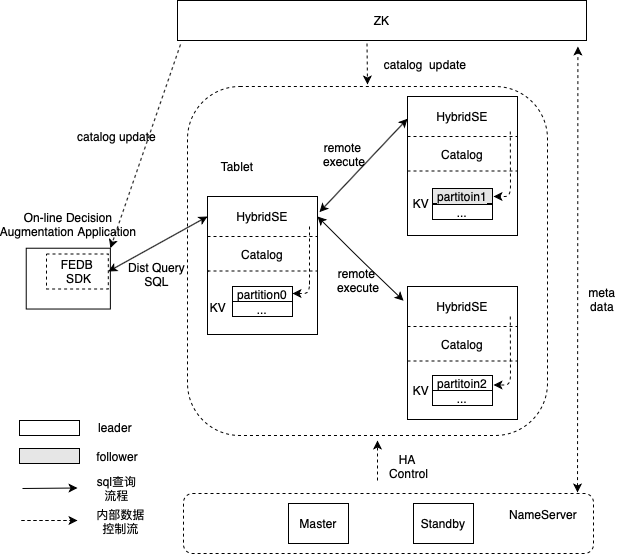
Above: images/fedb_arch.png in 4paradigm/OpenMLDB (draw.io), before the change. Source tidied: cells renumbered, new cells last; positions are measured from the earlier drawing's top-left corner, leaving out a move shared by most shapes.
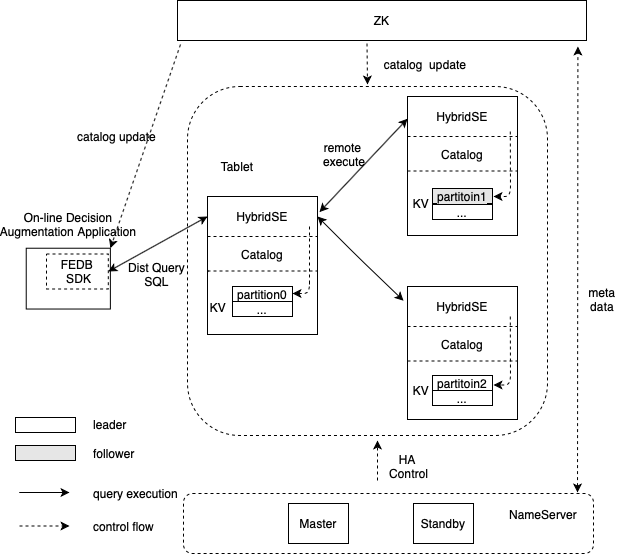
Later version of the same file.

What changed in the source:
```diff
@@ -1,4 +1,4 @@
-<mxGraphModel background="#ffffff">
+<mxGraphModel>
   <root>
     <mxCell id="0" />
     <mxCell id="1" parent="0" />
@@ -188,16 +188,16 @@
       <mxGeometry x="394" y="379.5" width="38" height="20.5" as="geometry" />
     </mxCell>
     <mxCell id="51" style="rounded=0;whiteSpace=wrap;html=1;gradientColor=none;" parent="1" vertex="1">
-      <mxGeometry x="11" y="420" width="60" height="15" as="geometry" />
+      <mxGeometry x="7" y="417" width="60" height="15" as="geometry" />
     </mxCell>
     <mxCell id="52" style="rounded=0;whiteSpace=wrap;html=1;gradientColor=none;fillColor=#E6E6E6;" parent="1" vertex="1">
-      <mxGeometry x="11" y="448" width="60" height="15" as="geometry" />
+      <mxGeometry x="7" y="445" width="60" height="15" as="geometry" />
     </mxCell>
-    <mxCell id="53" value="leader" style="text;html=1;strokeColor=none;fillColor=none;align=center;verticalAlign=middle;whiteSpace=wrap;rounded=0;" parent="1" vertex="1">
-      <mxGeometry x="87" y="417" width="40" height="20" as="geometry" />
+    <mxCell id="53" value="leader" style="text;html=1;strokeColor=none;fillColor=none;align=left;verticalAlign=middle;whiteSpace=wrap;rounded=0;" parent="1" vertex="1">
+      <mxGeometry x="83" y="414" width="40" height="20" as="geometry" />
     </mxCell>
-    <mxCell id="54" value="follower" style="text;html=1;strokeColor=none;fillColor=none;align=center;verticalAlign=middle;whiteSpace=wrap;rounded=0;" parent="1" vertex="1">
-      <mxGeometry x="89" y="445.5" width="40" height="20" as="geometry" />
+    <mxCell id="54" value="follower" style="text;html=1;strokeColor=none;fillColor=none;align=left;verticalAlign=middle;whiteSpace=wrap;rounded=0;" parent="1" vertex="1">
+      <mxGeometry x="83" y="442.5" width="40" height="20" as="geometry" />
     </mxCell>
     <mxCell id="55" style="endArrow=classic;html=1;dashed=1;" parent="1" edge="1">
       <mxGeometry relative="1" as="geometry">
@@ -229,26 +229,23 @@
     <mxCell id="58" value="remote &amp;nbsp;execute" style="text;html=1;strokeColor=none;fillColor=none;align=center;verticalAlign=middle;whiteSpace=wrap;rounded=0;" parent="1" vertex="1">
       <mxGeometry x="293" y="141" width="83" height="26" as="geometry" />
     </mxCell>
-    <mxCell id="59" value="内部数据控制流" style="text;html=1;strokeColor=none;fillColor=none;align=center;verticalAlign=middle;whiteSpace=wrap;rounded=0;" parent="1" vertex="1">
-      <mxGeometry x="84" y="511" width="57" height="20" as="geometry" />
+    <mxCell id="59" value="control flow" style="text;html=1;strokeColor=none;fillColor=none;align=left;verticalAlign=middle;whiteSpace=wrap;rounded=0;" parent="1" vertex="1">
+      <mxGeometry x="83" y="515.5" width="67" height="20" as="geometry" />
     </mxCell>
-    <mxCell id="60" value="sql查询流程" style="text;html=1;strokeColor=none;fillColor=none;align=center;verticalAlign=middle;whiteSpace=wrap;rounded=0;" parent="1" vertex="1">
-      <mxGeometry x="86" y="478" width="45" height="20" as="geometry" />
+    <mxCell id="60" value="query&amp;nbsp;execution" style="text;html=1;strokeColor=none;fillColor=none;align=left;verticalAlign=middle;whiteSpace=wrap;rounded=0;" parent="1" vertex="1">
+      <mxGeometry x="83" y="482.5" width="66" height="20" as="geometry" />
     </mxCell>
     <mxCell id="61" style="endArrow=classic;html=1;" parent="1" edge="1">
       <mxGeometry relative="1" as="geometry">
-        <mxPoint x="14" y="488" as="sourcePoint" />
-        <mxPoint x="69" y="487.5" as="targetPoint" />
+        <mxPoint x="11" y="492" as="sourcePoint" />
+        <mxPoint x="61" y="492" as="targetPoint" />
       </mxGeometry>
     </mxCell>
     <mxCell id="62" style="endArrow=classic;html=1;dashed=1;" parent="1" edge="1">
       <mxGeometry relative="1" as="geometry">
-        <mxPoint x="13" y="520" as="sourcePoint" />
-        <mxPoint x="69" y="520" as="targetPoint" />
+        <mxPoint x="11" y="525.5" as="sourcePoint" />
+        <mxPoint x="61" y="525.5" as="targetPoint" />
       </mxGeometry>
     </mxCell>
-    <mxCell id="63" value="remote &amp;nbsp;execute" style="text;html=1;strokeColor=none;fillColor=none;align=center;verticalAlign=middle;whiteSpace=wrap;rounded=0;" parent="1" vertex="1">
-      <mxGeometry x="306.5" y="267.1" width="83" height="26" as="geometry" />
-    </mxCell>
   </root>
 </mxGraphModel>
```
